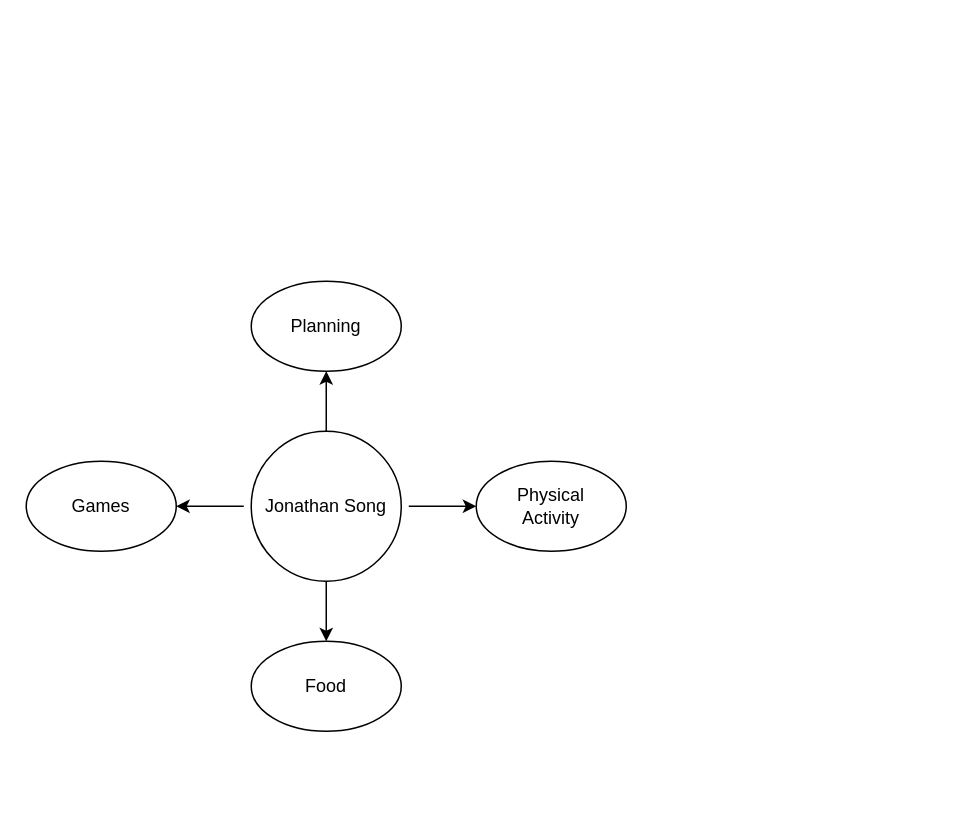
The draw.io diagram Untitled Diagram.drawio in boboflofo/ideaboard, before the edit. Source tidied: cells renumbered, new cells numbered last; positions are measured from the earlier drawing's top-left corner, leaving out a move shared by most shapes. Both pictures are drawn from the tidied source at 150%, with x=0, y=0 at pixel (26, 280).
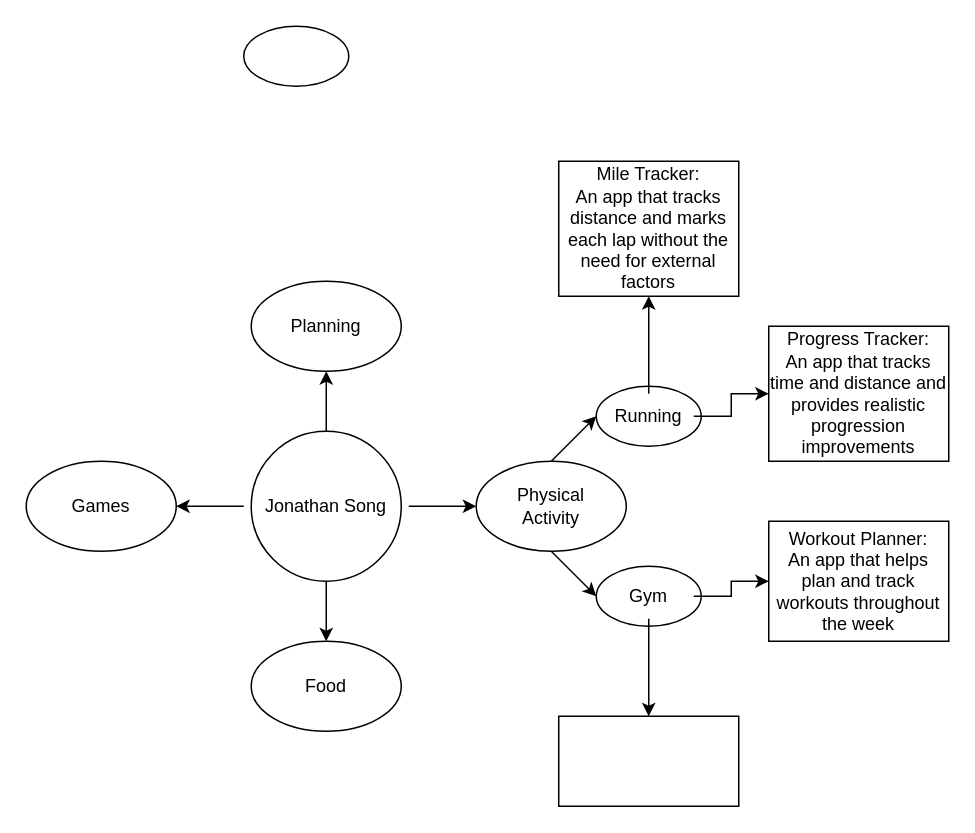
After the change.

Commit message:
add running and gym apps

The change refers to these unchanged cells:
```xml
<mxCell id="11" style="ellipse;whiteSpace=wrap;html=1;" parent="1" vertex="1">
  <mxGeometry x="300" y="120" width="100" height="60" as="geometry" />
</mxCell>
```

What changed in the source:
```diff
@@
+    <mxCell id="16" style="endArrow=classic;html=1;rounded=0;exitX=0.5;exitY=1;exitDx=0;exitDy=0;" parent="1" edge="1" source="11">
+      <mxGeometry relative="1" as="geometry">
+        <mxPoint x="380" y="210" as="targetPoint" />
+      </mxGeometry>
+    </mxCell>
+    <mxCell id="17" style="endArrow=classic;html=1;rounded=0;exitX=0.5;exitY=0;exitDx=0;exitDy=0;" parent="1" edge="1" source="11">
+      <mxGeometry relative="1" as="geometry">
+        <mxPoint x="380" y="90" as="targetPoint" />
+      </mxGeometry>
+    </mxCell>
+    <mxCell id="18" style="ellipse;whiteSpace=wrap;html=1;" parent="1" vertex="1">
+      <mxGeometry x="380" y="70" width="70" height="40" as="geometry" />
+    </mxCell>
+    <mxCell id="19" style="ellipse;whiteSpace=wrap;html=1;" parent="1" vertex="1">
+      <mxGeometry x="145" y="-170" width="70" height="40" as="geometry" />
+    </mxCell>
+    <mxCell id="20" style="ellipse;whiteSpace=wrap;html=1;" parent="1" vertex="1">
+      <mxGeometry x="380" y="190" width="70" height="40" as="geometry" />
+    </mxCell>
+    <mxCell id="21" style="edgeStyle=orthogonalEdgeStyle;rounded=0;jettySize=auto;html=1;" parent="1" edge="1" source="23" target="27">
+      <mxGeometry relative="1" as="geometry" />
+    </mxCell>
+    <mxCell id="22" style="edgeStyle=orthogonalEdgeStyle;rounded=0;jettySize=auto;html=1;" parent="1" edge="1" source="23" target="28">
+      <mxGeometry relative="1" as="geometry" />
+    </mxCell>
+    <mxCell id="23" value="Running" style="text;strokeColor=none;align=center;fillColor=none;html=1;verticalAlign=middle;whiteSpace=wrap;rounded=0;" parent="1" vertex="1">
+      <mxGeometry x="385" y="75" width="60" height="30" as="geometry" />
+    </mxCell>
+    <mxCell id="24" style="edgeStyle=orthogonalEdgeStyle;rounded=0;jettySize=auto;html=1;" parent="1" edge="1" source="26" target="29">
+      <mxGeometry relative="1" as="geometry" />
+    </mxCell>
+    <mxCell id="25" style="edgeStyle=orthogonalEdgeStyle;rounded=0;jettySize=auto;html=1;" parent="1" edge="1" source="26" target="30">
+      <mxGeometry relative="1" as="geometry" />
+    </mxCell>
+    <mxCell id="26" value="Gym" style="text;strokeColor=none;align=center;fillColor=none;html=1;verticalAlign=middle;whiteSpace=wrap;rounded=0;" parent="1" vertex="1">
+      <mxGeometry x="385" y="195" width="60" height="30" as="geometry" />
+    </mxCell>
+    <mxCell id="27" value="Mile Tracker:&lt;br&gt;An app that tracks distance and marks each lap without the need for external factors" style="whiteSpace=wrap;html=1;" parent="1" vertex="1">
+      <mxGeometry x="355" y="-80" width="120" height="90" as="geometry" />
+    </mxCell>
+    <mxCell id="28" value="Progress Tracker:&lt;br&gt;An app that tracks time and distance and provides realistic progression improvements" style="whiteSpace=wrap;html=1;" parent="1" vertex="1">
+      <mxGeometry x="495" y="30" width="120" height="90" as="geometry" />
+    </mxCell>
+    <mxCell id="29" value="Workout Planner:&lt;br&gt;An app that helps plan and track workouts throughout the week" style="whiteSpace=wrap;html=1;" parent="1" vertex="1">
+      <mxGeometry x="495" y="160" width="120" height="80" as="geometry" />
+    </mxCell>
+    <mxCell id="30" style="whiteSpace=wrap;html=1;" parent="1" vertex="1">
+      <mxGeometry x="355" y="290" width="120" height="60" as="geometry" />
+    </mxCell>
```
